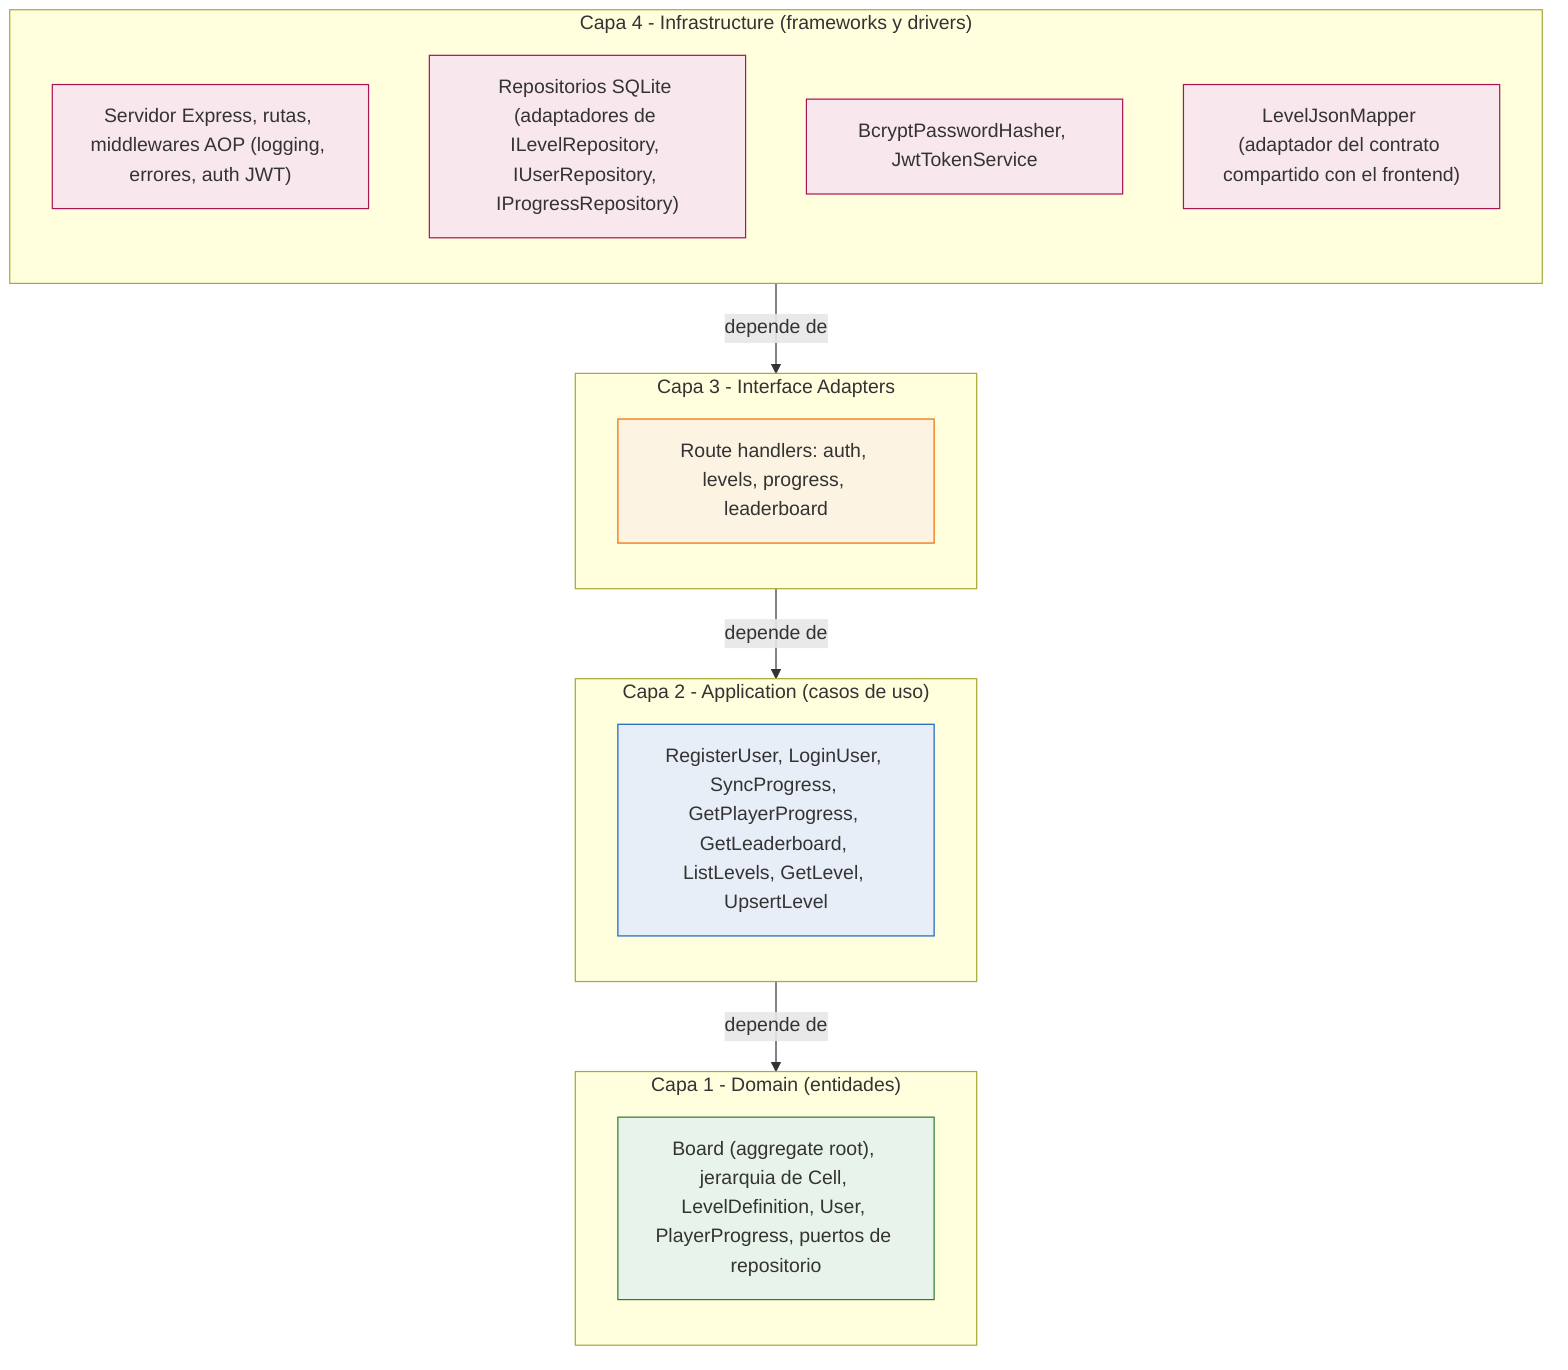
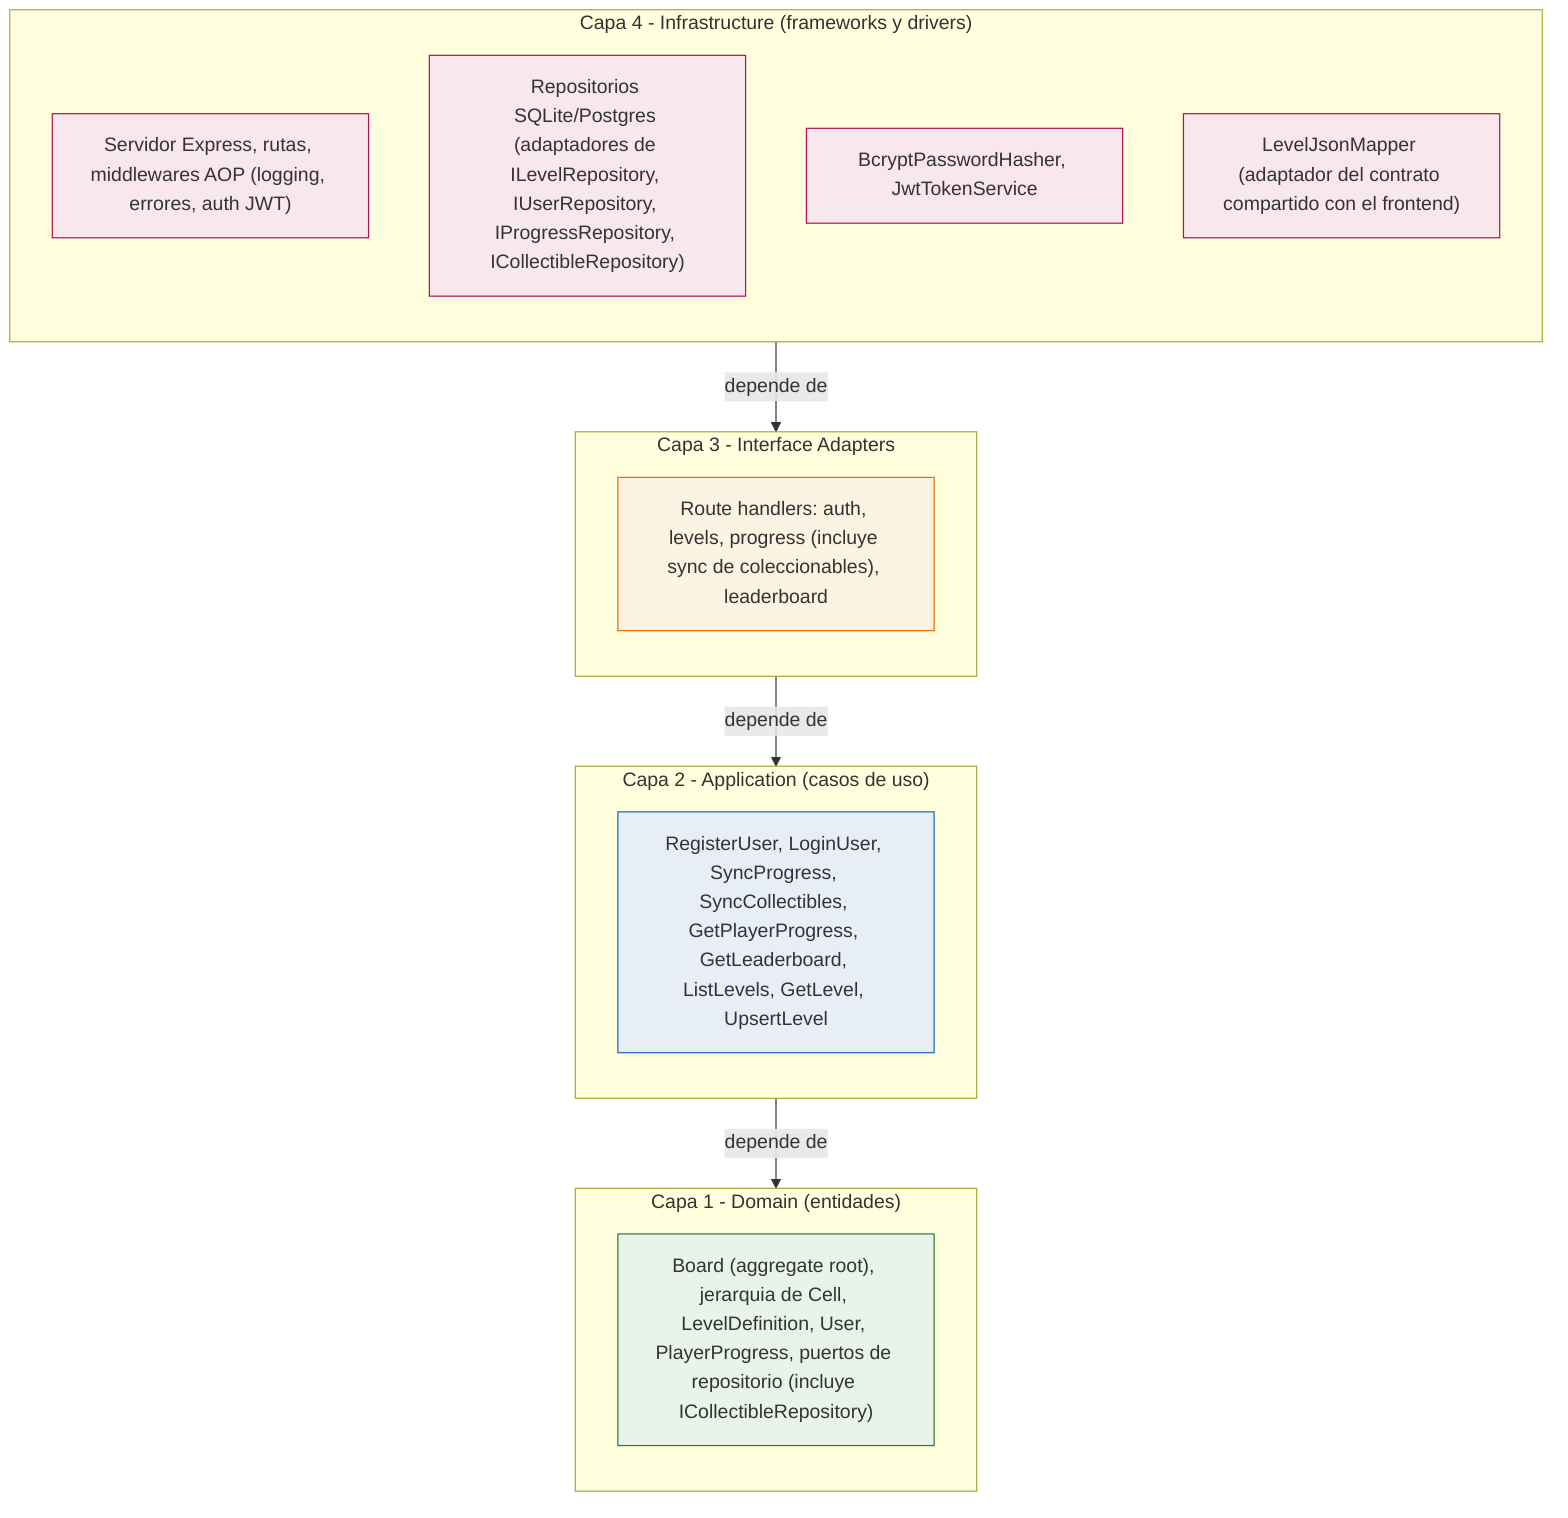
flowchart TB
    %% Diagrama de capas - Clean Architecture (backend Arrow Maze).
    %% Las flechas van de afuera hacia adentro (las capas externas dependen
    %% de las internas, nunca al reves) - Regla de Dependencia respetada.
    subgraph L4["Capa 4 - Infrastructure (frameworks y drivers)"]
        direction TB
        Express["Servidor Express, rutas, middlewares AOP (logging, errores, auth JWT)"]
-         Sqlite["Repositorios SQLite (adaptadores de ILevelRepository, IUserRepository, IProgressRepository)"]
+         Sqlite["Repositorios SQLite/Postgres (adaptadores de ILevelRepository, IUserRepository, IProgressRepository, ICollectibleRepository)"]
        Security["BcryptPasswordHasher, JwtTokenService"]
        Mappers["LevelJsonMapper (adaptador del contrato compartido con el frontend)"]
    end
    subgraph L3["Capa 3 - Interface Adapters"]
        direction TB
-         Controllers["Route handlers: auth, levels, progress, leaderboard"]
+         Controllers["Route handlers: auth, levels, progress (incluye sync de coleccionables), leaderboard"]
    end
    subgraph L2["Capa 2 - Application (casos de uso)"]
        direction TB
-         UseCases["RegisterUser, LoginUser, SyncProgress, GetPlayerProgress, GetLeaderboard, ListLevels, GetLevel, UpsertLevel"]
+         UseCases["RegisterUser, LoginUser, SyncProgress, SyncCollectibles, GetPlayerProgress, GetLeaderboard, ListLevels, GetLevel, UpsertLevel"]
    end
    subgraph L1["Capa 1 - Domain (entidades)"]
        direction TB
-         Entities["Board (aggregate root), jerarquia de Cell, LevelDefinition, User, PlayerProgress, puertos de repositorio"]
+         Entities["Board (aggregate root), jerarquia de Cell, LevelDefinition, User, PlayerProgress, puertos de repositorio (incluye ICollectibleRepository)"]
    end

    L4 -->|depende de| L3
    L3 -->|depende de| L2
    L2 -->|depende de| L1

    classDef domain fill:#e8f4ea,stroke:#2e7d32
    classDef app fill:#e8eef8,stroke:#1565c0
    classDef adapters fill:#fdf3e2,stroke:#ef6c00
    classDef infra fill:#f8e8ee,stroke:#ad1457
    class Entities domain
    class UseCases app
    class Controllers adapters
    class Express,Sqlite,Security,Mappers infra
